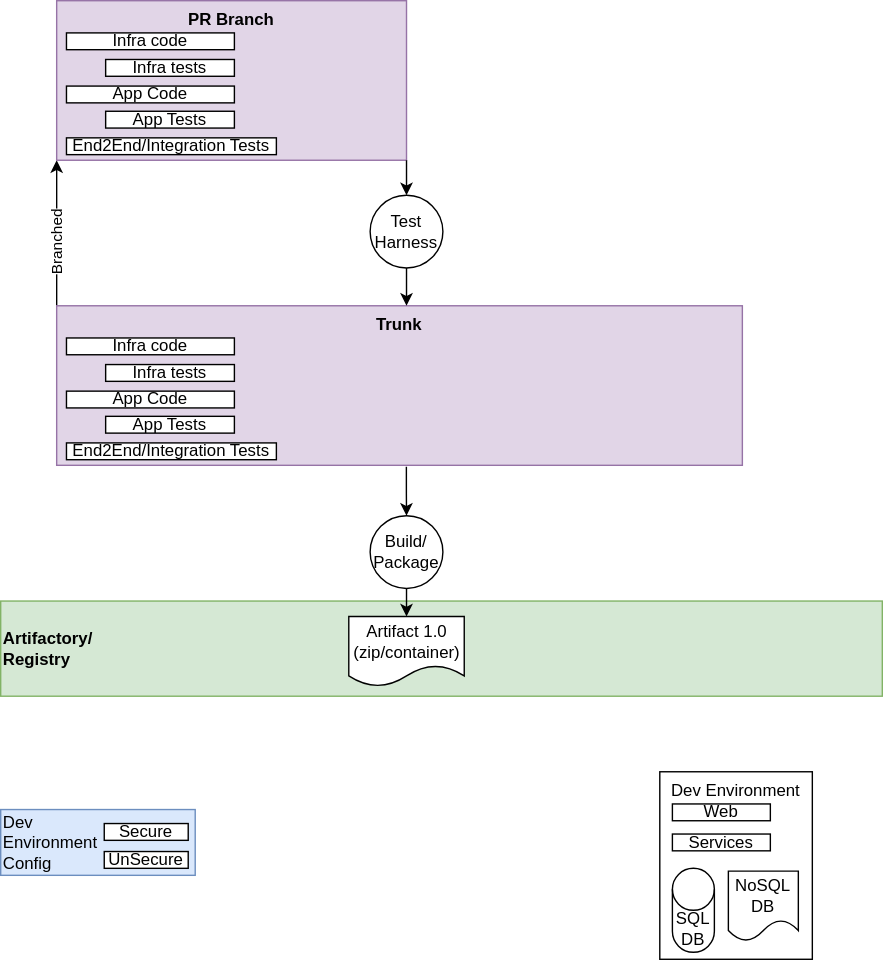
vjavle/minimal-mistakes keeps this draw.io diagram as assets/images/deployments.svg. Above is the earlier version. Source tidied: cells renumbered, new cells last; positions are measured from the earlier drawing's top-left corner, leaving out a move shared by most shapes.
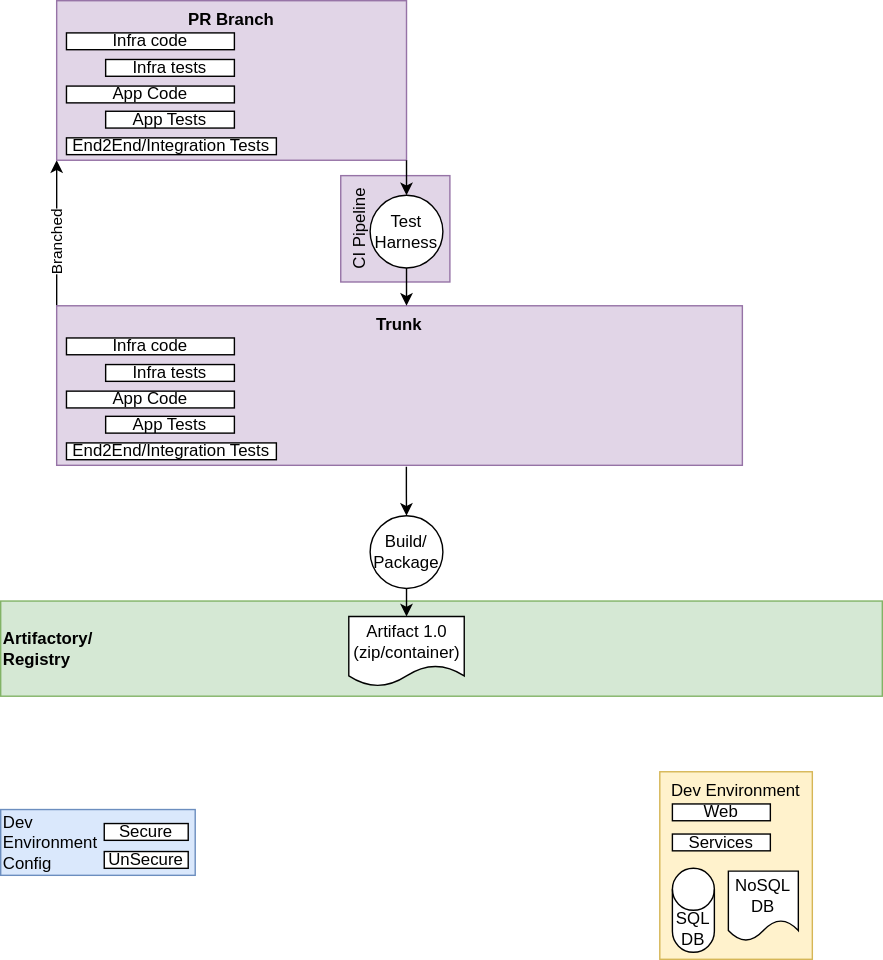
Above is the later version.

The edit, as a diff of the source:
```diff
@@ -2,7 +2,10 @@
   <root>
     <mxCell id="0" />
     <mxCell id="1" parent="0" />
+    <mxCell id="33" value="CI Pipeline" style="rounded=0;whiteSpace=wrap;html=1;horizontal=0;verticalAlign=top;fillColor=#e1d5e7;strokeColor=#9673a6;" parent="1" vertex="1">
+      <mxGeometry x="243" y="125" width="78" height="76" as="geometry" />
+    </mxCell>
-    <mxCell id="2" value="Dev Environment" style="rounded=0;whiteSpace=wrap;html=1;verticalAlign=top;" parent="1" vertex="1">
+    <mxCell id="2" value="Dev Environment" style="rounded=0;whiteSpace=wrap;html=1;verticalAlign=top;fillColor=#fff2cc;strokeColor=#d6b656;" parent="1" vertex="1">
       <mxGeometry x="471" y="551" width="109" height="134" as="geometry" />
     </mxCell>
     <mxCell id="3" value="Artifactory/&lt;br&gt;Registry" style="rounded=0;whiteSpace=wrap;html=1;align=left;fillColor=#d5e8d4;strokeColor=#82b366;fontStyle=1;" parent="1" vertex="1">
```
